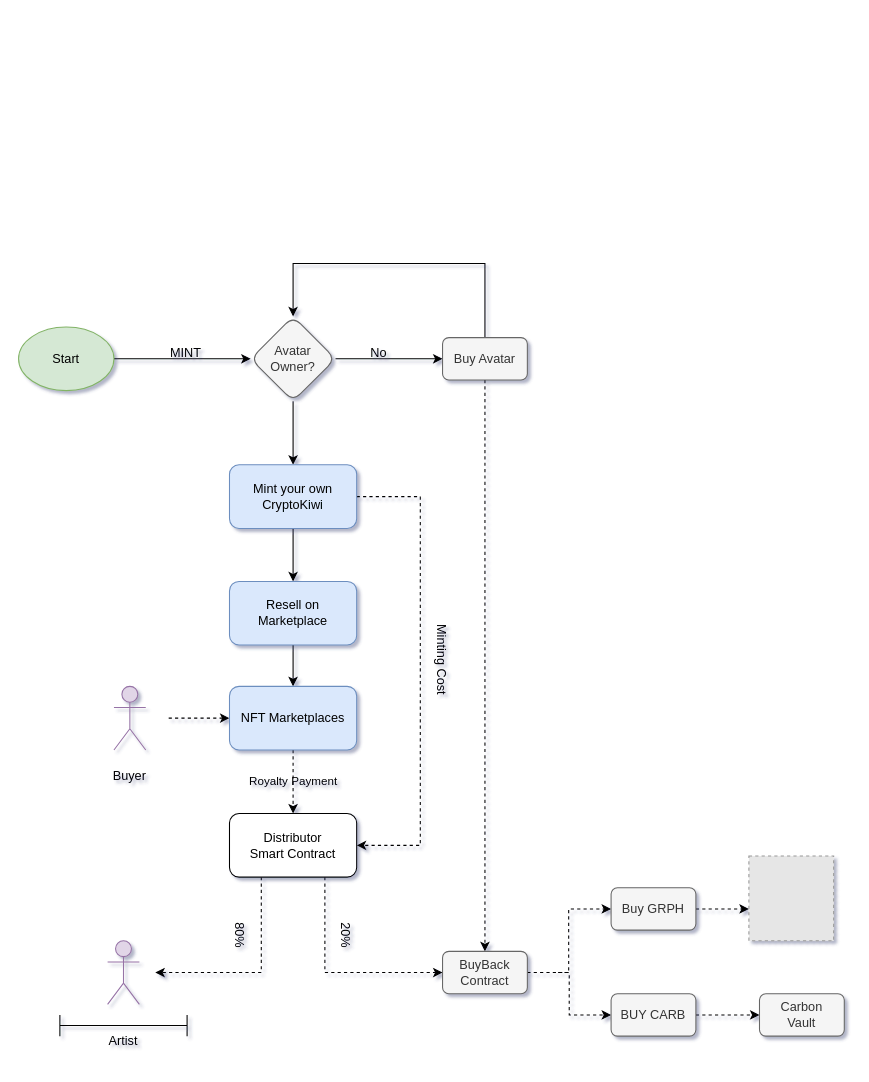
This is Deflation.drawio from Carbon-Labs/Diagrams, a draw.io file, before an edit. Source tidied: cells renumbered, new cells numbered last; positions are measured from the earlier drawing's top-left corner, leaving out a move shared by most shapes. Both pictures are drawn from the tidied source at 106%, with x=0, y=0 at pixel (18, 263). Pictures stored in the file or linked from it are replaced by grey dashed boxes.
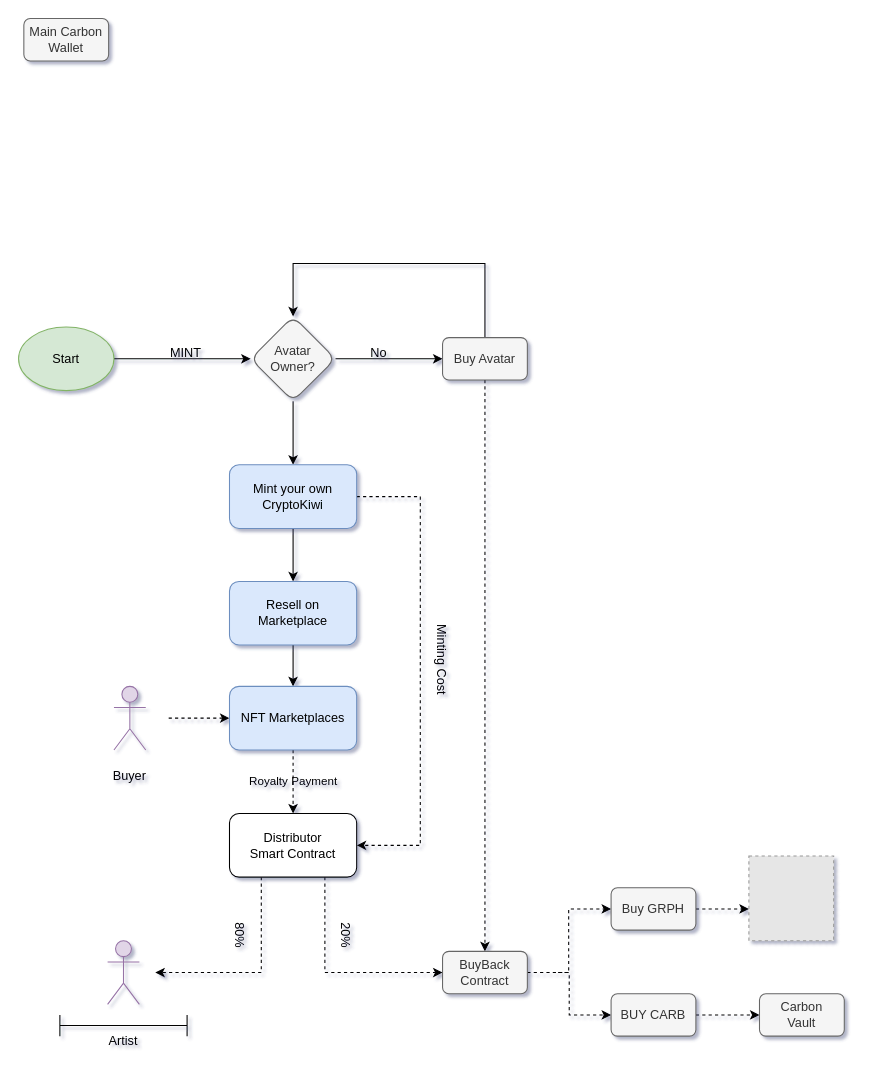
Above is the later version.

The edit, as a diff of the source:
```diff
@@
+    <mxCell id="40" value="Main Carbon Wallet" style="rounded=1;whiteSpace=wrap;html=1;glass=0;fillColor=#f5f5f5;fontColor=#333333;strokeColor=#666666;" parent="1" vertex="1">
+      <mxGeometry x="5" y="-231" width="80" height="40" as="geometry" />
+    </mxCell>
```
